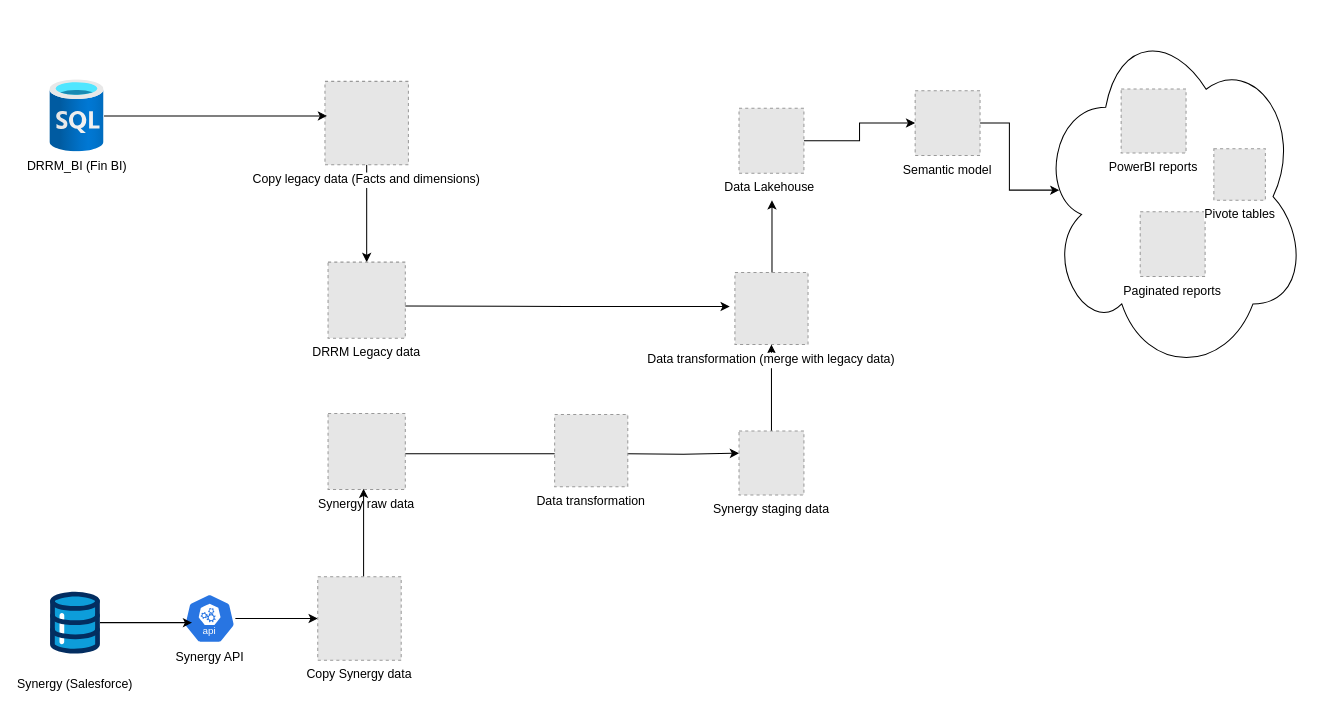
Earlier version of the draw.io diagram DRRM BI Solution.drawio (wadihaleid/Diagrams). Source tidied: cells renumbered, new cells numbered last; positions are measured from the earlier drawing's top-left corner, leaving out a move shared by most shapes. Both pictures are drawn from the tidied source at 103%, with x=0, y=0 at pixel (49, 18). Pictures stored in the file or linked from it are replaced by grey dashed boxes.
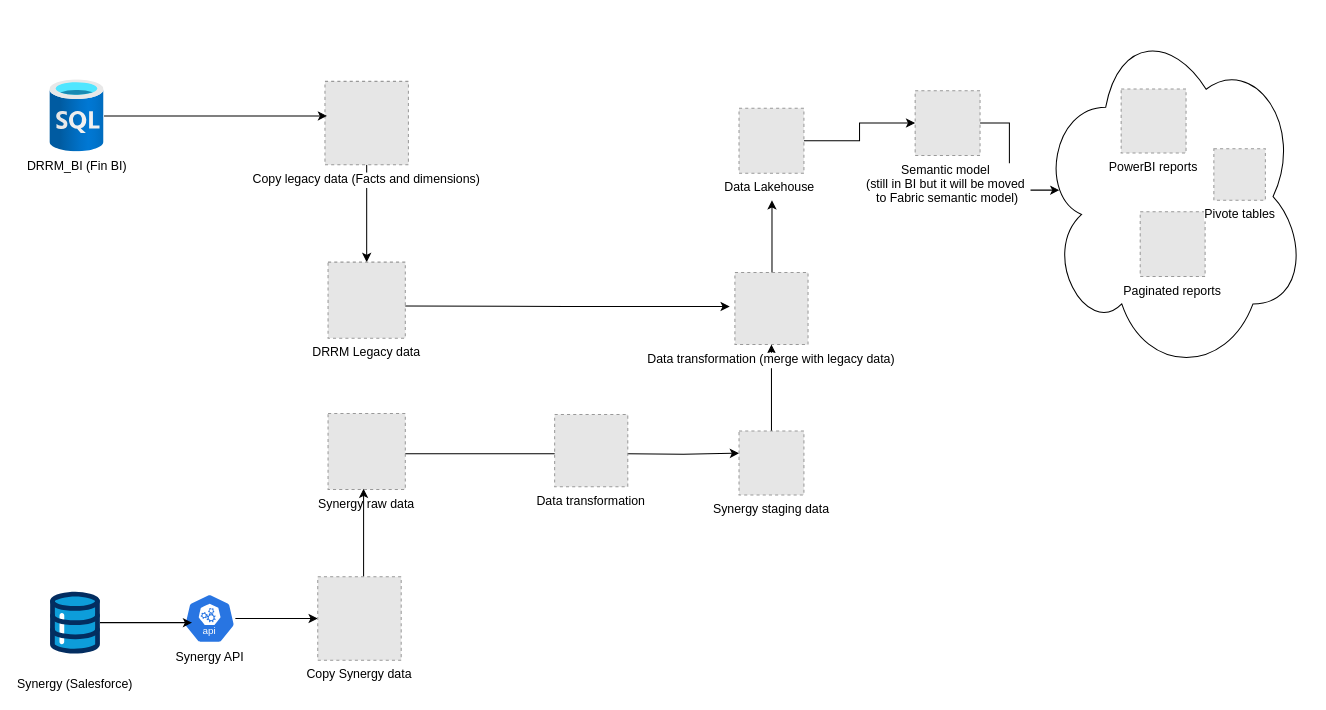
The same page after the edit.

Change to the diagram source:
```diff
@@
-    <mxCell id="13" value="Semantic model" style="fillColor=#E6E6E6;strokeColor=#999999;dashed=1;verticalLabelPosition=bottom;labelBackgroundColor=default;verticalAlign=top;" parent="1" vertex="1">
+    <mxCell id="13" value="Semantic model &#10;(still in BI but it will be moved &#10;to Fabric semantic model)" style="fillColor=#E6E6E6;strokeColor=#999999;dashed=1;verticalLabelPosition=bottom;labelBackgroundColor=default;verticalAlign=top;" parent="1" vertex="1">
       <mxGeometry x="840" y="70.5" width="63" height="63" as="geometry" />
     </mxCell>
```
